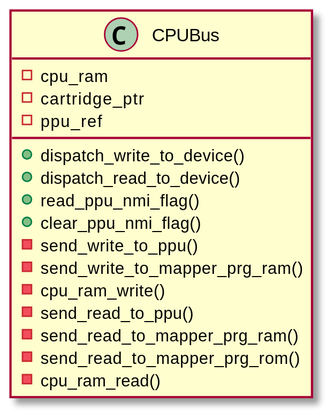
Above: doc/cpu_bus/cpu_bus.svg in Enigma717/yume-nes (PlantUML), before the change.
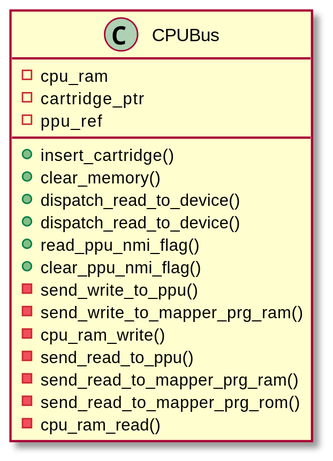
The same diagram one commit later.

Commit message:
CPUBus diagram missing methods

The edit, as a diff of the source:
```diff
@@ -7,7 +7,9 @@
 - cartridge_ptr
 - ppu_ref
 
-+ dispatch_write_to_device()
++ insert_cartridge()
++ clear_memory()
++ dispatch_read_to_device()
 + dispatch_read_to_device()
 + read_ppu_nmi_flag()
 + clear_ppu_nmi_flag()
```
